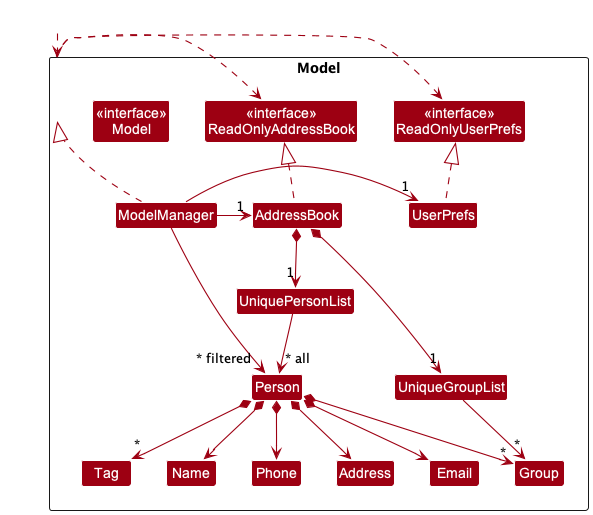
nus-cs2103-AY2223S2/tp keeps this PlantUML diagram as docs/images/ModelClassDiagram.png. Above is the earlier version.
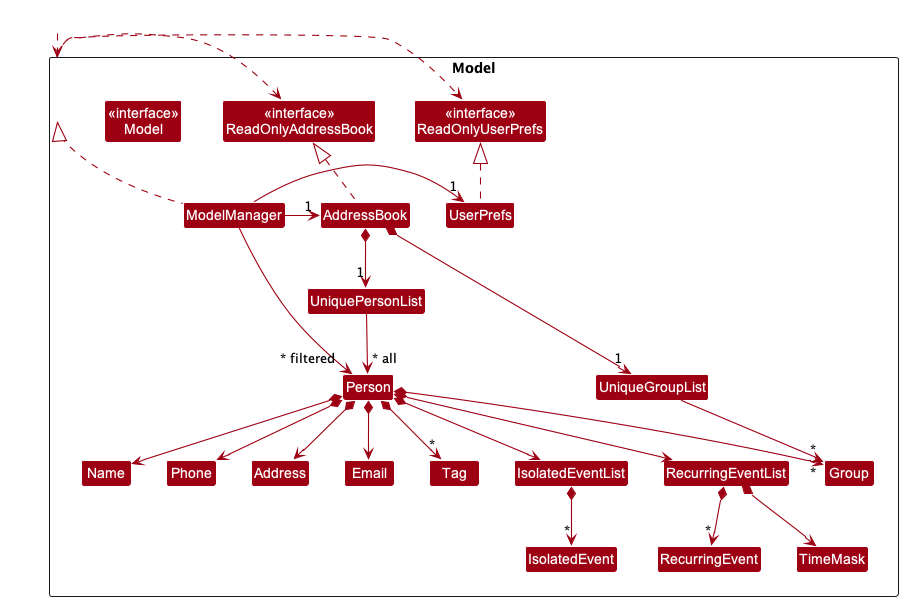
The same diagram one commit later.

Commit message:
Update Model Component

The edit, as a diff of the source:
```diff
@@ -21,6 +21,11 @@
 Class Tag
 Class Group
 Class UniqueGroupList
+Class IsolatedEventList
+Class IsolatedEvent
+Class RecurringEventList
+Class RecurringEvent
+Class TimeMask
 
 }
 
@@ -46,10 +51,21 @@
 Person *--> Address
 Person *--> "*" Tag
 Person *--> "*" Group
+Person *--> IsolatedEventList
+Person *--> RecurringEventList
 
 Name -[hidden]right-> Phone
 Phone -[hidden]right-> Address
 Address -[hidden]right-> Email
+Email -[hidden]right-> Tag
+Tag -[hidden]right-> IsolatedEventList
+IsolatedEventList -[hidden]right-> RecurringEventList
+ModelManager -->"~* filtered" Person
 
-ModelManager -->"~* filtered" Person
+IsolatedEventList *--> "*" IsolatedEvent
+RecurringEventList *--> "*" RecurringEvent
+RecurringEventList *--> TimeMask
+
+RecurringEvent-[hidden]left-> TimeMask
+
 @enduml
```
